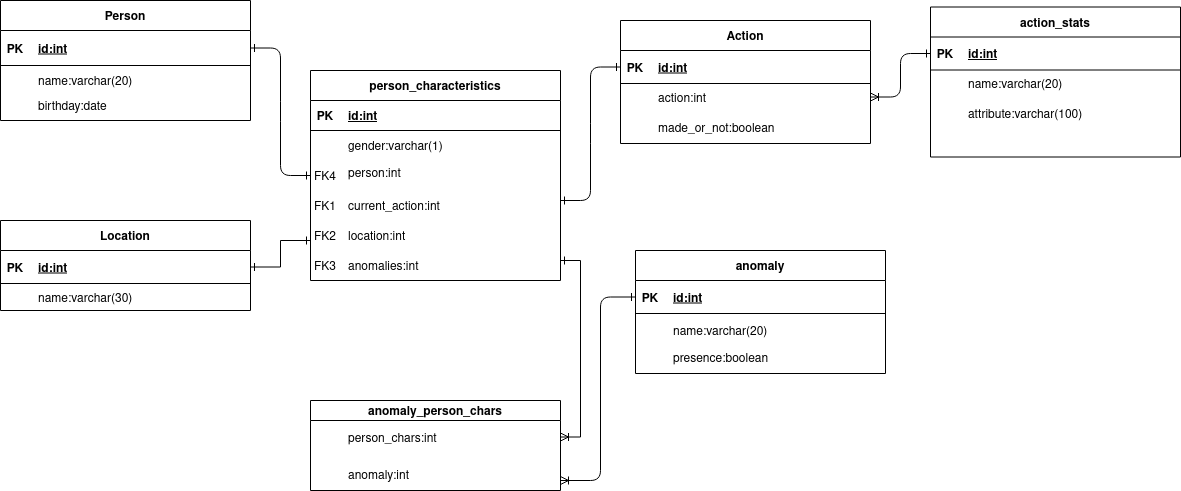
Above: lab1/datagraphic(1).png in antonvedaet/db-labs (draw.io), before the change. Source tidied: cells renumbered, new cells last; positions are measured from the earlier drawing's top-left corner, leaving out a move shared by most shapes. Its diagram source:
```xml
<mxGraphModel>
  <root>
    <mxCell id="0" />
    <mxCell id="1" parent="0" />
    <mxCell id="2" style="edgeStyle=entityRelationEdgeStyle;endArrow=ERone;startArrow=ERone;endFill=0;startFill=0;entryX=0;entryY=0.5;entryDx=0;entryDy=0;" parent="1" edge="1" source="22" target="4">
      <mxGeometry relative="1" as="geometry" />
    </mxCell>
    <mxCell id="3" style="edgeStyle=entityRelationEdgeStyle;endArrow=ERone;startArrow=ERone;endFill=0;startFill=0;strokeColor=default;entryX=0;entryY=0.5;entryDx=0;entryDy=0;" parent="1" edge="1" target="12">
      <mxGeometry relative="1" as="geometry">
        <mxPoint x="560" y="200" as="sourcePoint" />
      </mxGeometry>
    </mxCell>
    <mxCell id="4" value="person_characteristics" style="shape=table;startSize=30;rowLines=0;fontStyle=1;align=center;columnLines=0;snapToPoint=0;rounded=0;" parent="1" vertex="1">
      <mxGeometry x="310" y="70" width="250" height="210" as="geometry" />
    </mxCell>
    <mxCell id="5" style="shape=partialRectangle;fillColor=none;top=0;left=0;right=0;bottom=1;" parent="4" vertex="1">
      <mxGeometry y="30" width="250" height="30" as="geometry" />
    </mxCell>
    <mxCell id="6" value="PK" style="shape=partialRectangle;overflow=hidden;fillColor=none;top=0;left=0;bottom=0;right=0;fontStyle=1;" parent="5" vertex="1">
      <mxGeometry width="30" height="30" as="geometry" />
    </mxCell>
    <mxCell id="7" value="id:int" style="shape=partialRectangle;overflow=hidden;fillColor=none;top=0;left=0;bottom=0;right=0;align=left;spacingLeft=6;fontStyle=5;" parent="5" vertex="1">
      <mxGeometry x="30" width="220" height="30" as="geometry" />
    </mxCell>
    <mxCell id="8" style="shape=partialRectangle;fillColor=none;top=0;left=0;right=0;bottom=0;" parent="4" vertex="1">
      <mxGeometry y="60" width="250" height="30" as="geometry" />
    </mxCell>
    <mxCell id="9" style="shape=partialRectangle;overflow=hidden;fillColor=none;top=0;left=0;bottom=0;right=0;" parent="8" vertex="1">
      <mxGeometry width="30" height="30" as="geometry" />
    </mxCell>
    <mxCell id="10" value="gender:varchar(1)" style="shape=partialRectangle;overflow=hidden;fillColor=none;top=0;left=0;bottom=0;right=0;align=left;spacingLeft=6;" parent="8" vertex="1">
      <mxGeometry x="30" width="220" height="30" as="geometry" />
    </mxCell>
    <mxCell id="11" value="Action" style="shape=table;startSize=30;rowLines=0;fontStyle=1;align=center;columnLines=0;" parent="1" vertex="1">
      <mxGeometry x="620" y="20" width="250" height="123" as="geometry" />
    </mxCell>
    <mxCell id="12" style="shape=partialRectangle;fillColor=none;points=[[0,0.5],[1,0.5]];portConstraint=eastwest;top=0;left=0;right=0;bottom=1;" parent="11" vertex="1">
      <mxGeometry y="30" width="250" height="33" as="geometry" />
    </mxCell>
    <mxCell id="13" value="PK" style="shape=partialRectangle;overflow=hidden;fillColor=none;top=0;left=0;bottom=0;right=0;fontStyle=1;" parent="12" vertex="1">
      <mxGeometry width="30" height="33" as="geometry" />
    </mxCell>
    <mxCell id="14" value="id:int" style="shape=partialRectangle;overflow=hidden;fillColor=none;top=0;left=0;bottom=0;right=0;align=left;spacingLeft=6;fontStyle=5;" parent="12" vertex="1">
      <mxGeometry x="30" width="220" height="33" as="geometry" />
    </mxCell>
    <mxCell id="15" style="shape=partialRectangle;fillColor=none;points=[[0,0.5],[1,0.5]];portConstraint=eastwest;top=0;left=0;right=0;bottom=0;" parent="11" vertex="1">
      <mxGeometry y="63" width="250" height="27" as="geometry" />
    </mxCell>
    <mxCell id="16" style="shape=partialRectangle;overflow=hidden;fillColor=none;top=0;left=0;bottom=0;right=0;" parent="15" vertex="1">
      <mxGeometry width="30" height="27" as="geometry" />
    </mxCell>
    <mxCell id="17" value="action:int" style="shape=partialRectangle;overflow=hidden;fillColor=none;top=0;left=0;bottom=0;right=0;align=left;spacingLeft=6;" parent="15" vertex="1">
      <mxGeometry x="30" width="220" height="27" as="geometry" />
    </mxCell>
    <mxCell id="18" style="shape=partialRectangle;fillColor=none;top=0;left=0;right=0;bottom=0;" parent="11" vertex="1">
      <mxGeometry y="90" width="250" height="33" as="geometry" />
    </mxCell>
    <mxCell id="19" style="shape=partialRectangle;overflow=hidden;fillColor=none;top=0;left=0;bottom=0;right=0;" parent="18" vertex="1">
      <mxGeometry width="30" height="33" as="geometry" />
    </mxCell>
    <mxCell id="20" style="shape=partialRectangle;overflow=hidden;fillColor=none;top=0;left=0;bottom=0;right=0;align=left;spacingLeft=6;" parent="18" vertex="1">
      <mxGeometry x="30" width="220" height="33" as="geometry" />
    </mxCell>
    <mxCell id="21" value="Person" style="shape=table;startSize=30;rowLines=0;fontStyle=1;align=center;columnLines=0;" parent="1" vertex="1">
      <mxGeometry width="250" height="120" as="geometry" />
    </mxCell>
    <mxCell id="22" style="shape=partialRectangle;fillColor=none;points=[[0,0.5],[1,0.5]];portConstraint=eastwest;top=0;left=0;right=0;bottom=1;" parent="21" vertex="1">
      <mxGeometry y="30" width="250" height="35" as="geometry" />
    </mxCell>
    <mxCell id="23" value="PK" style="shape=partialRectangle;overflow=hidden;fillColor=none;top=0;left=0;bottom=0;right=0;fontStyle=1;" parent="22" vertex="1">
      <mxGeometry width="30" height="35" as="geometry" />
    </mxCell>
    <mxCell id="24" value="id:int" style="shape=partialRectangle;overflow=hidden;fillColor=none;top=0;left=0;bottom=0;right=0;align=left;spacingLeft=6;fontStyle=5;" parent="22" vertex="1">
      <mxGeometry x="30" width="220" height="35" as="geometry" />
    </mxCell>
    <mxCell id="25" style="shape=partialRectangle;fillColor=none;top=0;left=0;right=0;bottom=0;" parent="21" vertex="1">
      <mxGeometry y="65" width="250" height="30" as="geometry" />
    </mxCell>
    <mxCell id="26" style="shape=partialRectangle;overflow=hidden;fillColor=none;top=0;left=0;bottom=0;right=0;" parent="25" vertex="1">
      <mxGeometry width="30" height="30" as="geometry" />
    </mxCell>
    <mxCell id="27" value="name:varchar(20)" style="shape=partialRectangle;overflow=hidden;fillColor=none;top=0;left=0;bottom=0;right=0;align=left;spacingLeft=6;" parent="25" vertex="1">
      <mxGeometry x="30" width="220" height="30" as="geometry" />
    </mxCell>
    <mxCell id="28" value="current_action:int" style="shape=partialRectangle;overflow=hidden;fillColor=none;top=0;left=0;bottom=0;right=0;align=left;spacingLeft=6;" parent="1" vertex="1">
      <mxGeometry x="340" y="190" width="220" height="30" as="geometry" />
    </mxCell>
    <mxCell id="29" value="FK1" style="shape=partialRectangle;overflow=hidden;fillColor=none;top=0;left=0;bottom=0;right=0;" parent="1" vertex="1">
      <mxGeometry x="310" y="190" width="30" height="30" as="geometry" />
    </mxCell>
    <mxCell id="30" value="location:int" style="shape=partialRectangle;overflow=hidden;fillColor=none;top=0;left=0;bottom=0;right=0;align=left;spacingLeft=6;" parent="1" vertex="1">
      <mxGeometry x="340" y="220" width="220" height="30" as="geometry" />
    </mxCell>
    <mxCell id="31" value="FK2" style="shape=partialRectangle;overflow=hidden;fillColor=none;top=0;left=0;bottom=0;right=0;" parent="1" vertex="1">
      <mxGeometry x="310" y="220" width="30" height="30" as="geometry" />
    </mxCell>
    <mxCell id="32" value="made_or_not:boolean" style="shape=partialRectangle;overflow=hidden;fillColor=none;top=0;left=0;bottom=0;right=0;align=left;spacingLeft=6;" parent="1" vertex="1">
      <mxGeometry x="650" y="110" width="220" height="33" as="geometry" />
    </mxCell>
    <mxCell id="33" value="anomalies:int" style="shape=partialRectangle;overflow=hidden;fillColor=none;top=0;left=0;bottom=0;right=0;align=left;spacingLeft=6;" parent="1" vertex="1">
      <mxGeometry x="340" y="250" width="220" height="30" as="geometry" />
    </mxCell>
    <mxCell id="34" value="FK3" style="shape=partialRectangle;overflow=hidden;fillColor=none;top=0;left=0;bottom=0;right=0;" parent="1" vertex="1">
      <mxGeometry x="310" y="250" width="30" height="30" as="geometry" />
    </mxCell>
    <mxCell id="35" value="Location" style="shape=table;startSize=30;rowLines=0;fontStyle=1;align=center;columnLines=0;" parent="1" vertex="1">
      <mxGeometry y="220" width="250" height="90" as="geometry" />
    </mxCell>
    <mxCell id="36" style="shape=partialRectangle;fillColor=none;points=[[0,0.5],[1,0.5]];portConstraint=eastwest;top=0;left=0;right=0;bottom=1;" parent="35" vertex="1">
      <mxGeometry y="30" width="250" height="33" as="geometry" />
    </mxCell>
    <mxCell id="37" value="PK" style="shape=partialRectangle;overflow=hidden;fillColor=none;top=0;left=0;bottom=0;right=0;fontStyle=1;" parent="36" vertex="1">
      <mxGeometry width="30" height="33" as="geometry" />
    </mxCell>
    <mxCell id="38" value="id:int" style="shape=partialRectangle;overflow=hidden;fillColor=none;top=0;left=0;bottom=0;right=0;align=left;spacingLeft=6;fontStyle=5;" parent="36" vertex="1">
      <mxGeometry x="30" width="220" height="33" as="geometry" />
    </mxCell>
    <mxCell id="39" style="shape=partialRectangle;fillColor=none;top=0;left=0;right=0;bottom=0;" parent="35" vertex="1">
      <mxGeometry y="63" width="250" height="27" as="geometry" />
    </mxCell>
    <mxCell id="40" style="shape=partialRectangle;overflow=hidden;fillColor=none;top=0;left=0;bottom=0;right=0;" parent="39" vertex="1">
      <mxGeometry width="30" height="27" as="geometry" />
    </mxCell>
    <mxCell id="41" value="name:varchar(30)" style="shape=partialRectangle;overflow=hidden;fillColor=none;top=0;left=0;bottom=0;right=0;align=left;spacingLeft=6;" parent="39" vertex="1">
      <mxGeometry x="30" width="220" height="27" as="geometry" />
    </mxCell>
    <mxCell id="42" style="edgeStyle=orthogonalEdgeStyle;rounded=0;jettySize=auto;html=1;exitX=1;exitY=0.5;exitDx=0;exitDy=0;endArrow=ERone;endFill=0;startArrow=ERone;startFill=0;" parent="1" edge="1" source="36">
      <mxGeometry relative="1" as="geometry">
        <mxPoint x="310" y="240" as="targetPoint" />
        <Array as="points">
          <mxPoint x="280" y="267" />
          <mxPoint x="280" y="240" />
          <mxPoint x="310" y="240" />
        </Array>
      </mxGeometry>
    </mxCell>
    <mxCell id="43" value="anomaly" style="shape=table;startSize=30;rowLines=0;fontStyle=1;align=center;columnLines=0;" parent="1" vertex="1">
      <mxGeometry x="635" y="250" width="250" height="123" as="geometry" />
    </mxCell>
    <mxCell id="44" style="shape=partialRectangle;fillColor=none;points=[[0,0.5],[1,0.5]];portConstraint=eastwest;top=0;left=0;right=0;bottom=1;" parent="43" vertex="1">
      <mxGeometry y="30" width="250" height="33" as="geometry" />
    </mxCell>
    <mxCell id="45" value="PK" style="shape=partialRectangle;overflow=hidden;fillColor=none;top=0;left=0;bottom=0;right=0;fontStyle=1;" parent="44" vertex="1">
      <mxGeometry width="30" height="33" as="geometry" />
    </mxCell>
    <mxCell id="46" value="id:int" style="shape=partialRectangle;overflow=hidden;fillColor=none;top=0;left=0;bottom=0;right=0;align=left;spacingLeft=6;fontStyle=5;" parent="44" vertex="1">
      <mxGeometry x="30" width="220" height="33" as="geometry" />
    </mxCell>
    <mxCell id="47" style="shape=partialRectangle;fillColor=none;top=0;left=0;right=0;bottom=0;" parent="43" vertex="1">
      <mxGeometry y="63" width="250" height="33" as="geometry" />
    </mxCell>
    <mxCell id="48" style="shape=partialRectangle;overflow=hidden;fillColor=none;top=0;left=0;bottom=0;right=0;" parent="47" vertex="1">
      <mxGeometry width="30" height="33" as="geometry" />
    </mxCell>
    <mxCell id="49" value="name:varchar(20)" style="shape=partialRectangle;overflow=hidden;fillColor=none;top=0;left=0;bottom=0;right=0;align=left;spacingLeft=6;" parent="47" vertex="1">
      <mxGeometry x="30" width="220" height="33" as="geometry" />
    </mxCell>
    <mxCell id="50" value="presence:boolean" style="shape=partialRectangle;overflow=hidden;fillColor=none;top=0;left=0;bottom=0;right=0;align=left;spacingLeft=6;" parent="1" vertex="1">
      <mxGeometry x="665" y="340" width="220" height="33" as="geometry" />
    </mxCell>
    <mxCell id="51" style="edgeStyle=orthogonalEdgeStyle;rounded=1;jettySize=auto;html=1;exitX=0;exitY=0.5;exitDx=0;exitDy=0;endArrow=ERoneToMany;endFill=0;startArrow=ERone;startFill=0;" parent="1" edge="1" source="44">
      <mxGeometry relative="1" as="geometry">
        <mxPoint x="560" y="480" as="targetPoint" />
        <Array as="points">
          <mxPoint x="600" y="297" />
          <mxPoint x="600" y="480" />
        </Array>
      </mxGeometry>
    </mxCell>
    <mxCell id="52" value="anomaly_person_chars" style="shape=table;startSize=20;rowLines=0;fontStyle=1;align=center;columnLines=0;" parent="1" vertex="1">
      <mxGeometry x="310" y="400" width="250" height="90" as="geometry" />
    </mxCell>
    <mxCell id="53" style="shape=partialRectangle;fillColor=none;points=[[0,0.5],[1,0.5]];portConstraint=eastwest;top=0;left=0;right=0;bottom=0;" parent="52" vertex="1">
      <mxGeometry y="20" width="250" height="33" as="geometry" />
    </mxCell>
    <mxCell id="54" style="shape=partialRectangle;overflow=hidden;fillColor=none;top=0;left=0;bottom=0;right=0;" parent="53" vertex="1">
      <mxGeometry width="30" height="33" as="geometry" />
    </mxCell>
    <mxCell id="55" value="person_chars:int" style="shape=partialRectangle;overflow=hidden;fillColor=none;top=0;left=0;bottom=0;right=0;align=left;spacingLeft=6;" parent="53" vertex="1">
      <mxGeometry x="30" width="220" height="33" as="geometry" />
    </mxCell>
    <mxCell id="56" value="anomaly:int " style="shape=partialRectangle;overflow=hidden;fillColor=none;top=0;left=0;bottom=0;right=0;align=left;spacingLeft=6;" parent="1" vertex="1">
      <mxGeometry x="340" y="457" width="220" height="33" as="geometry" />
    </mxCell>
    <mxCell id="57" style="edgeStyle=orthogonalEdgeStyle;rounded=0;jettySize=auto;html=1;exitX=1;exitY=0.5;exitDx=0;exitDy=0;startArrow=ERoneToMany;startFill=0;endArrow=ERone;endFill=0;" parent="1" edge="1" source="53">
      <mxGeometry relative="1" as="geometry">
        <mxPoint x="560" y="260" as="targetPoint" />
        <Array as="points">
          <mxPoint x="580" y="436" />
          <mxPoint x="580" y="260" />
        </Array>
      </mxGeometry>
    </mxCell>
    <mxCell id="58" value="action_stats" style="shape=table;startSize=30;rowLines=0;fontStyle=1;align=center;columnLines=0;" parent="1" vertex="1">
      <mxGeometry x="930" y="6.5" width="250" height="150" as="geometry" />
    </mxCell>
    <mxCell id="59" style="shape=partialRectangle;fillColor=none;points=[[0,0.5],[1,0.5]];portConstraint=eastwest;top=0;left=0;right=0;bottom=1;" parent="58" vertex="1">
      <mxGeometry y="30" width="250" height="33" as="geometry" />
    </mxCell>
    <mxCell id="60" value="PK" style="shape=partialRectangle;overflow=hidden;fillColor=none;top=0;left=0;bottom=0;right=0;fontStyle=1;" parent="59" vertex="1">
      <mxGeometry width="30" height="33" as="geometry" />
    </mxCell>
    <mxCell id="61" value="id:int" style="shape=partialRectangle;overflow=hidden;fillColor=none;top=0;left=0;bottom=0;right=0;align=left;spacingLeft=6;fontStyle=5;" parent="59" vertex="1">
      <mxGeometry x="30" width="220" height="33" as="geometry" />
    </mxCell>
    <mxCell id="62" style="shape=partialRectangle;fillColor=none;top=0;left=0;right=0;bottom=0;" parent="58" vertex="1">
      <mxGeometry y="63" width="250" height="27" as="geometry" />
    </mxCell>
    <mxCell id="63" style="shape=partialRectangle;overflow=hidden;fillColor=none;top=0;left=0;bottom=0;right=0;" parent="62" vertex="1">
      <mxGeometry width="30" height="27" as="geometry" />
    </mxCell>
    <mxCell id="64" value="name:varchar(20)" style="shape=partialRectangle;overflow=hidden;fillColor=none;top=0;left=0;bottom=0;right=0;align=left;spacingLeft=6;" parent="62" vertex="1">
      <mxGeometry x="30" width="220" height="27" as="geometry" />
    </mxCell>
    <mxCell id="65" style="shape=partialRectangle;fillColor=none;top=0;left=0;right=0;bottom=0;" parent="58" vertex="1">
      <mxGeometry y="90" width="250" height="33" as="geometry" />
    </mxCell>
    <mxCell id="66" style="shape=partialRectangle;overflow=hidden;fillColor=none;top=0;left=0;bottom=0;right=0;" parent="65" vertex="1">
      <mxGeometry width="30" height="33" as="geometry" />
    </mxCell>
    <mxCell id="67" value="attribute:varchar(100)" style="shape=partialRectangle;overflow=hidden;fillColor=none;top=0;left=0;bottom=0;right=0;align=left;spacingLeft=6;" parent="65" vertex="1">
      <mxGeometry x="30" width="220" height="33" as="geometry" />
    </mxCell>
    <mxCell id="68" style="edgeStyle=orthogonalEdgeStyle;rounded=1;jettySize=auto;html=1;exitX=0;exitY=0.5;exitDx=0;exitDy=0;entryX=1;entryY=0.5;entryDx=0;entryDy=0;endArrow=ERoneToMany;endFill=0;startArrow=ERone;startFill=0;" parent="1" edge="1" source="59" target="15">
      <mxGeometry relative="1" as="geometry" />
    </mxCell>
    <mxCell id="69" value="birthday:date" style="shape=partialRectangle;overflow=hidden;fillColor=none;top=0;left=0;bottom=0;right=0;align=left;spacingLeft=6;" parent="1" vertex="1">
      <mxGeometry x="30" y="90" width="220" height="30" as="geometry" />
    </mxCell>
    <mxCell id="70" value="person:int" style="shape=partialRectangle;overflow=hidden;fillColor=none;top=0;left=0;bottom=0;right=0;align=left;spacingLeft=6;" parent="1" vertex="1">
      <mxGeometry x="340" y="156.5" width="220" height="30" as="geometry" />
    </mxCell>
    <mxCell id="71" value="FK4" style="shape=partialRectangle;overflow=hidden;fillColor=none;top=0;left=0;bottom=0;right=0;" parent="1" vertex="1">
      <mxGeometry x="310" y="160" width="30" height="30" as="geometry" />
    </mxCell>
  </root>
</mxGraphModel>
```
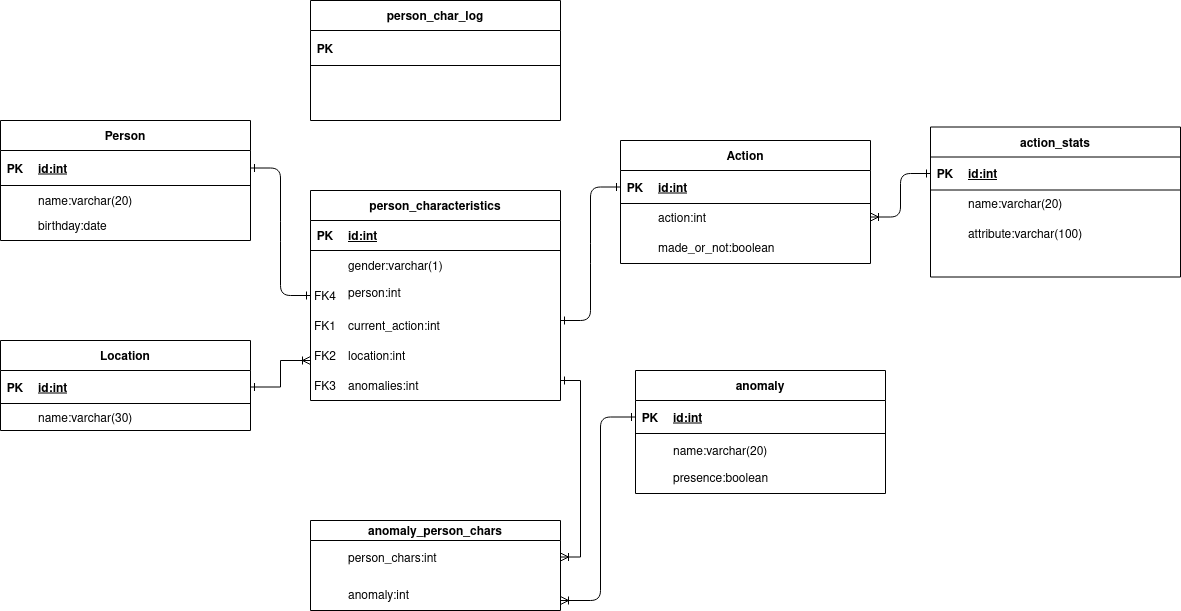
The same file after the commit.

What changed in the source:
```diff
@@ -124,7 +124,7 @@
     <mxCell id="41" value="name:varchar(30)" style="shape=partialRectangle;overflow=hidden;fillColor=none;top=0;left=0;bottom=0;right=0;align=left;spacingLeft=6;" parent="39" vertex="1">
       <mxGeometry x="30" width="220" height="27" as="geometry" />
     </mxCell>
-    <mxCell id="42" style="edgeStyle=orthogonalEdgeStyle;rounded=0;jettySize=auto;html=1;exitX=1;exitY=0.5;exitDx=0;exitDy=0;endArrow=ERone;endFill=0;startArrow=ERone;startFill=0;" parent="1" edge="1" source="36">
+    <mxCell id="42" style="edgeStyle=orthogonalEdgeStyle;rounded=0;jettySize=auto;html=1;exitX=1;exitY=0.5;exitDx=0;exitDy=0;endArrow=ERoneToMany;endFill=0;startArrow=ERone;startFill=0;" parent="1" edge="1" source="36">
       <mxGeometry relative="1" as="geometry">
         <mxPoint x="310" y="240" as="targetPoint" />
         <Array as="points">
@@ -233,5 +233,29 @@
     <mxCell id="71" value="FK4" style="shape=partialRectangle;overflow=hidden;fillColor=none;top=0;left=0;bottom=0;right=0;" parent="1" vertex="1">
       <mxGeometry x="310" y="160" width="30" height="30" as="geometry" />
     </mxCell>
+    <mxCell id="72" value="person_char_log" style="shape=table;startSize=30;rowLines=0;fontStyle=1;align=center;columnLines=0;" parent="1" vertex="1">
+      <mxGeometry x="310" y="-120" width="250" height="120" as="geometry" />
+    </mxCell>
+    <mxCell id="73" style="shape=partialRectangle;fillColor=none;top=0;left=0;right=0;bottom=1;" parent="72" vertex="1">
+      <mxGeometry y="30" width="250" height="35" as="geometry" />
+    </mxCell>
+    <mxCell id="74" value="PK" style="shape=partialRectangle;overflow=hidden;fillColor=none;top=0;left=0;bottom=0;right=0;fontStyle=1;" parent="73" vertex="1">
+      <mxGeometry width="30" height="35" as="geometry" />
+    </mxCell>
+    <mxCell id="75" style="shape=partialRectangle;overflow=hidden;fillColor=none;top=0;left=0;bottom=0;right=0;align=left;spacingLeft=6;fontStyle=5;" parent="73" vertex="1">
+      <mxGeometry x="30" width="220" height="35" as="geometry" />
+    </mxCell>
+    <mxCell id="76" style="shape=partialRectangle;fillColor=none;top=0;left=0;right=0;bottom=0;" parent="72" vertex="1">
+      <mxGeometry y="65" width="250" height="30" as="geometry" />
+    </mxCell>
+    <mxCell id="77" style="shape=partialRectangle;overflow=hidden;fillColor=none;top=0;left=0;bottom=0;right=0;" parent="76" vertex="1">
+      <mxGeometry width="30" height="30" as="geometry" />
+    </mxCell>
+    <mxCell id="78" style="shape=partialRectangle;overflow=hidden;fillColor=none;top=0;left=0;bottom=0;right=0;align=left;spacingLeft=6;" parent="76" vertex="1">
+      <mxGeometry x="30" width="220" height="30" as="geometry" />
+    </mxCell>
+    <mxCell id="79" style="shape=partialRectangle;overflow=hidden;fillColor=none;top=0;left=0;bottom=0;right=0;align=left;spacingLeft=6;" parent="1" vertex="1">
+      <mxGeometry x="340" y="-30" width="220" height="30" as="geometry" />
+    </mxCell>
   </root>
 </mxGraphModel>
```
